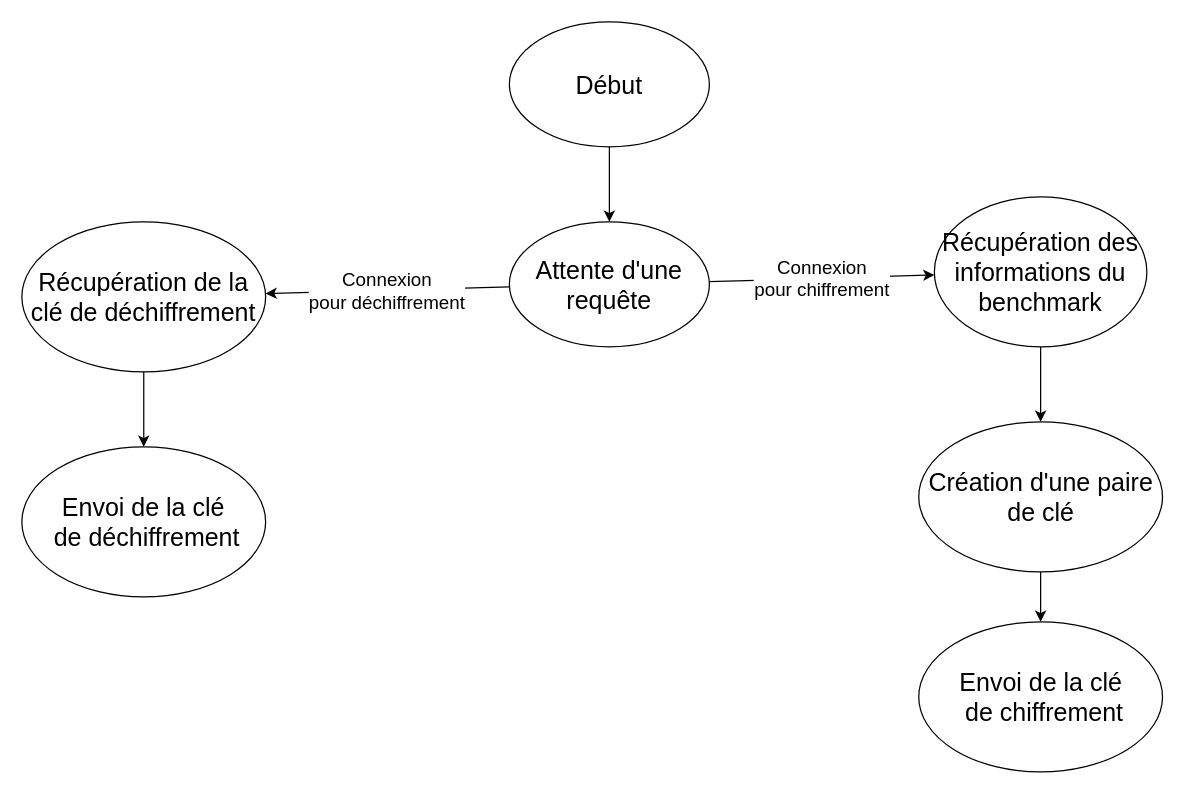
The draw.io diagram architecture/state_diagram_c2.drawio in leJBP/adaptative-ransomware, before the edit. Source tidied: cells renumbered, new cells numbered last; positions are measured from the earlier drawing's top-left corner, leaving out a move shared by most shapes. Both pictures are drawn from the tidied source at 125%, with x=0, y=0 at pixel (21, 21).
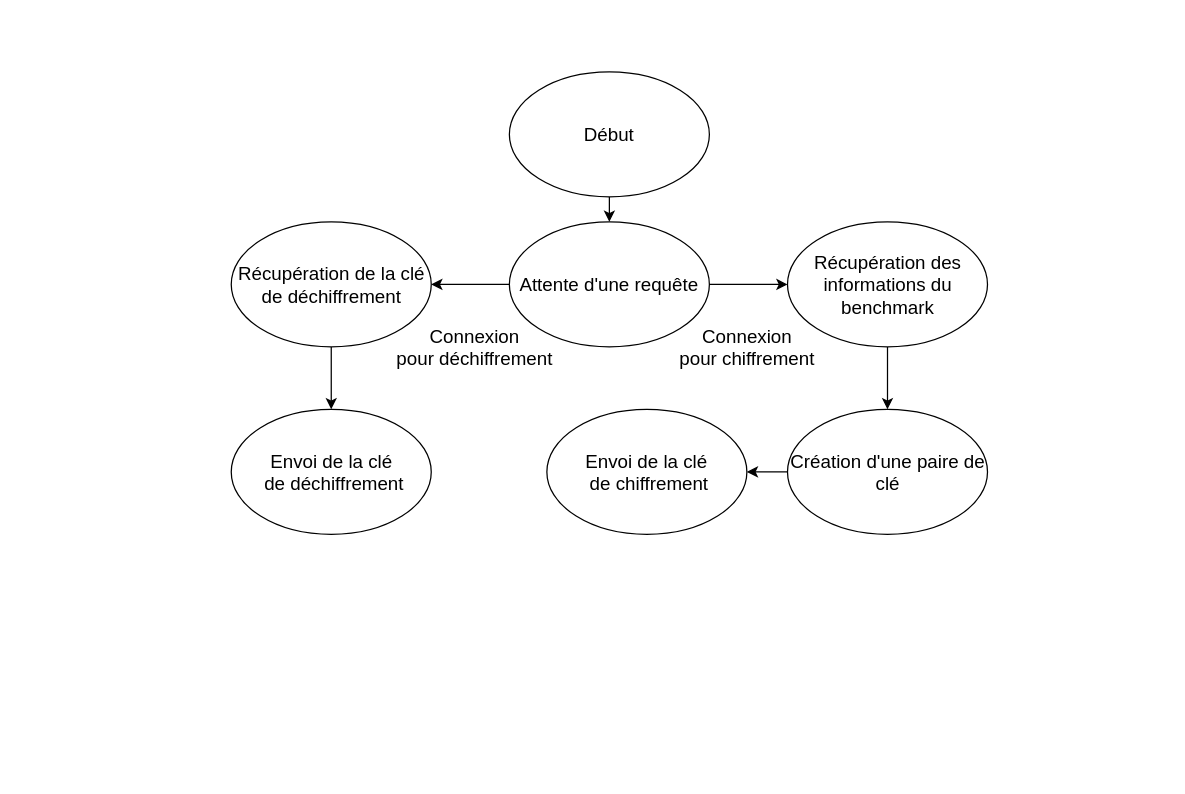
Above is the later version.

Diff of the diagram source:
```diff
@@
 <mxGraphModel>
   <root>
     <mxCell id="0" />
     <mxCell id="1" parent="0" />
+    <mxCell id="3" style="edgeStyle=none;html=1;entryX=0.5;entryY=0;entryDx=0;entryDy=0;" parent="1" edge="1" source="6" target="15">
+      <mxGeometry relative="1" as="geometry" />
+    </mxCell>
+    <mxCell id="6" value="&lt;font style=&quot;font-size: 15px;&quot;&gt;Début&lt;/font&gt;" style="ellipse;whiteSpace=wrap;html=1;fontSize=15;" parent="1" vertex="1">
+      <mxGeometry x="390" y="40" width="160" height="100" as="geometry" />
+    </mxCell>
-    <mxCell id="2" style="edgeStyle=none;html=1;entryX=0.5;entryY=0;entryDx=0;entryDy=0;" parent="1" edge="1" source="3" target="6">
-      <mxGeometry relative="1" as="geometry" />
+    <mxCell id="2" value="&lt;font style=&quot;font-size: 15px;&quot;&gt;Connexion &lt;br&gt;pour chiffrement&lt;/font&gt;" style="edgeStyle=none;html=1;" parent="1" edge="1" source="15" target="4">
+      <mxGeometry x="-0.04" y="-50" relative="1" as="geometry" />
     </mxCell>
-    <mxCell id="3" value="&lt;font style=&quot;font-size: 20px;&quot;&gt;Début&lt;/font&gt;" style="ellipse;whiteSpace=wrap;html=1;" parent="1" vertex="1">
-      <mxGeometry x="390" width="160" height="100" as="geometry" />
-    </mxCell>
-    <mxCell id="4" value="&lt;font style=&quot;font-size: 15px;&quot;&gt;Connexion &lt;br&gt;pour chiffrement&lt;/font&gt;" style="edgeStyle=none;html=1;" parent="1" edge="1" source="6" target="14">
-      <mxGeometry relative="1" as="geometry" />
-    </mxCell>
+    <mxCell id="8" value="&lt;font style=&quot;font-size: 15px;&quot;&gt;Connexion&lt;br&gt;pour déchiffrement&lt;/font&gt;" style="edgeStyle=none;html=1;" parent="1" edge="1" source="15" target="17">
+      <mxGeometry x="-0.11" y="50" relative="1" as="geometry" />
+    </mxCell>
+    <mxCell id="15" value="&lt;font style=&quot;font-size: 15px;&quot;&gt;Attente d'une requête&lt;/font&gt;" style="ellipse;whiteSpace=wrap;html=1;fontSize=15;" parent="1" vertex="1">
+      <mxGeometry x="390" y="160" width="160" height="100" as="geometry" />
+    </mxCell>
+    <mxCell id="16" style="edgeStyle=none;html=1;entryX=0.5;entryY=0;entryDx=0;entryDy=0;fontSize=15;" parent="1" edge="1" source="17" target="12">
+      <mxGeometry relative="1" as="geometry" />
+    </mxCell>
+    <mxCell id="17" value="&lt;font style=&quot;font-size: 15px;&quot;&gt;Récupération de la clé de déchiffrement&lt;/font&gt;" style="ellipse;whiteSpace=wrap;html=1;fontSize=15;" parent="1" vertex="1">
+      <mxGeometry x="167.5" y="160" width="160" height="100" as="geometry" />
+    </mxCell>
-    <mxCell id="5" value="&lt;font style=&quot;font-size: 15px;&quot;&gt;Connexion&lt;br&gt;pour déchiffrement&lt;/font&gt;" style="edgeStyle=none;html=1;" parent="1" edge="1" source="6" target="8">
+    <mxCell id="5" style="edgeStyle=none;html=1;entryX=1;entryY=0.5;entryDx=0;entryDy=0;" parent="1" edge="1" source="18" target="11">
       <mxGeometry relative="1" as="geometry" />
     </mxCell>
-    <mxCell id="6" value="&lt;font style=&quot;font-size: 20px;&quot;&gt;Attente d'une requête&lt;/font&gt;" style="ellipse;whiteSpace=wrap;html=1;" parent="1" vertex="1">
-      <mxGeometry x="390" y="160" width="160" height="100" as="geometry" />
-    </mxCell>
-    <mxCell id="7" style="edgeStyle=none;html=1;entryX=0.5;entryY=0;entryDx=0;entryDy=0;fontSize=15;" parent="1" edge="1" source="8" target="12">
-      <mxGeometry relative="1" as="geometry" />
-    </mxCell>
-    <mxCell id="8" value="&lt;font style=&quot;font-size: 20px;&quot;&gt;Récupération de la clé de déchiffrement&lt;/font&gt;" style="ellipse;whiteSpace=wrap;html=1;" parent="1" vertex="1">
-      <mxGeometry y="160" width="195" height="120" as="geometry" />
-    </mxCell>
-    <mxCell id="9" style="edgeStyle=none;html=1;entryX=0.5;entryY=0;entryDx=0;entryDy=0;fontSize=15;" parent="1" edge="1" source="10" target="11">
-      <mxGeometry relative="1" as="geometry" />
-    </mxCell>
-    <mxCell id="10" value="&lt;font style=&quot;font-size: 20px;&quot;&gt;Création d'une paire de clé&lt;/font&gt;" style="ellipse;whiteSpace=wrap;html=1;" parent="1" vertex="1">
-      <mxGeometry x="717.5" y="320" width="195" height="120" as="geometry" />
-    </mxCell>
+    <mxCell id="18" value="&lt;font style=&quot;font-size: 15px;&quot;&gt;Création d'une paire de clé&lt;/font&gt;" style="ellipse;whiteSpace=wrap;html=1;" parent="1" vertex="1">
+      <mxGeometry x="612.5" y="310" width="160" height="100" as="geometry" />
+    </mxCell>
-    <mxCell id="11" value="&lt;font style=&quot;font-size: 20px;&quot;&gt;Envoi de la clé&lt;br&gt;&amp;nbsp;de chiffrement&lt;/font&gt;" style="ellipse;whiteSpace=wrap;html=1;" parent="1" vertex="1">
-      <mxGeometry x="717.5" y="480" width="195" height="120" as="geometry" />
+    <mxCell id="11" value="&lt;font style=&quot;font-size: 15px;&quot;&gt;Envoi de la clé&lt;br style=&quot;font-size: 15px;&quot;&gt;&amp;nbsp;de chiffrement&lt;/font&gt;" style="ellipse;whiteSpace=wrap;html=1;fontSize=15;" parent="1" vertex="1">
+      <mxGeometry x="420" y="310" width="160" height="100" as="geometry" />
     </mxCell>
-    <mxCell id="12" value="&lt;span style=&quot;font-size: 20px;&quot;&gt;Envoi de la clé&lt;/span&gt;&lt;br style=&quot;border-color: var(--border-color); font-size: 20px;&quot;&gt;&lt;span style=&quot;font-size: 20px;&quot;&gt;&amp;nbsp;de déchiffrement&lt;/span&gt;" style="ellipse;whiteSpace=wrap;html=1;" parent="1" vertex="1">
-      <mxGeometry y="340" width="195" height="120" as="geometry" />
+    <mxCell id="12" value="&lt;span style=&quot;font-size: 15px;&quot;&gt;Envoi de la clé&lt;/span&gt;&lt;br style=&quot;border-color: var(--border-color); font-size: 15px;&quot;&gt;&lt;span style=&quot;font-size: 15px;&quot;&gt;&amp;nbsp;de déchiffrement&lt;/span&gt;" style="ellipse;whiteSpace=wrap;html=1;fontSize=15;" parent="1" vertex="1">
+      <mxGeometry x="167.5" y="310" width="160" height="100" as="geometry" />
     </mxCell>
-    <mxCell id="13" style="edgeStyle=orthogonalEdgeStyle;rounded=0;jettySize=auto;html=1;exitX=0.5;exitY=1;exitDx=0;exitDy=0;entryX=0.5;entryY=0;entryDx=0;entryDy=0;" parent="1" edge="1" source="14" target="10">
-      <mxGeometry relative="1" as="geometry" />
-    </mxCell>
-    <mxCell id="14" value="&lt;font style=&quot;font-size: 20px;&quot;&gt;Récupération des informations du benchmark&lt;/font&gt;" style="ellipse;whiteSpace=wrap;html=1;" parent="1" vertex="1">
-      <mxGeometry x="730" y="140" width="170" height="120" as="geometry" />
-    </mxCell>
+    <mxCell id="10" style="edgeStyle=orthogonalEdgeStyle;rounded=0;jettySize=auto;html=1;exitX=0.5;exitY=1;exitDx=0;exitDy=0;entryX=0.5;entryY=0;entryDx=0;entryDy=0;" parent="1" edge="1" source="4" target="18">
+      <mxGeometry relative="1" as="geometry" />
+    </mxCell>
+    <mxCell id="4" value="&lt;font style=&quot;font-size: 15px;&quot;&gt;Récupération des informations du benchmark&lt;/font&gt;" style="ellipse;whiteSpace=wrap;html=1;" parent="1" vertex="1">
+      <mxGeometry x="612.5" y="160" width="160" height="100" as="geometry" />
+    </mxCell>
   </root>
 </mxGraphModel>
```
